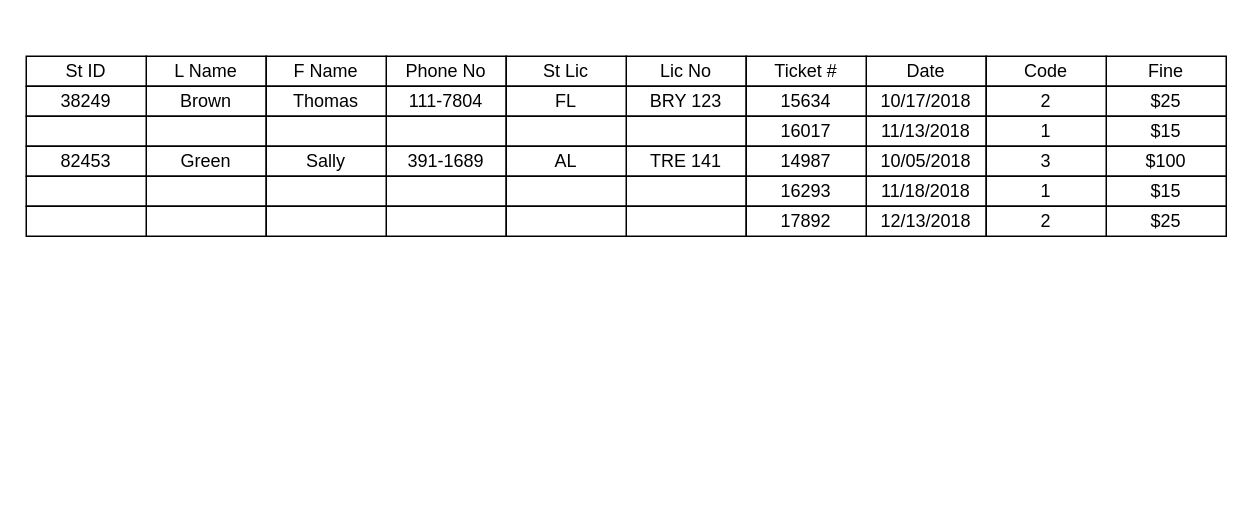
The draw.io diagram homework3.drawio in ngimpWT/CIDM3350, before the edit. Source tidied: cells renumbered, new cells numbered last; positions are measured from the earlier drawing's top-left corner, leaving out a move shared by most shapes. Both pictures are drawn from the tidied source at 150%, with x=0, y=0 at pixel (26, 56).
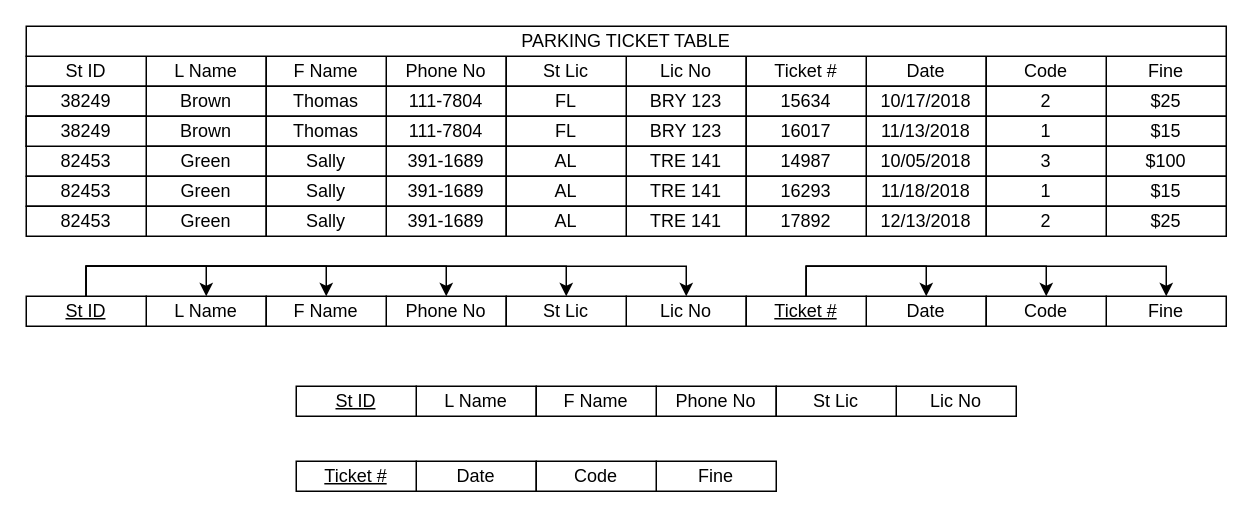
The same page after the edit.

What changed in the source:
```diff
@@
-    <mxCell id="22" style="rounded=0;whiteSpace=wrap;html=1;" parent="1" vertex="1">
+    <mxCell id="22" value="Brown" style="rounded=0;whiteSpace=wrap;html=1;" parent="1" vertex="1">
       <mxGeometry x="80" y="40" width="80" height="20" as="geometry" />
     </mxCell>
@@
-    <mxCell id="24" style="rounded=0;whiteSpace=wrap;html=1;" parent="1" vertex="1">
+    <mxCell id="24" value="&lt;div&gt;111-7804&lt;/div&gt;" style="rounded=0;whiteSpace=wrap;html=1;" parent="1" vertex="1">
       <mxGeometry x="240" y="40" width="80" height="20" as="geometry" />
     </mxCell>
-    <mxCell id="25" style="rounded=0;whiteSpace=wrap;html=1;" parent="1" vertex="1">
+    <mxCell id="25" value="Thomas" style="rounded=0;whiteSpace=wrap;html=1;" parent="1" vertex="1">
       <mxGeometry x="160" y="40" width="80" height="20" as="geometry" />
     </mxCell>
-    <mxCell id="26" style="rounded=0;whiteSpace=wrap;html=1;" parent="1" vertex="1">
+    <mxCell id="26" value="BRY 123" style="rounded=0;whiteSpace=wrap;html=1;" parent="1" vertex="1">
       <mxGeometry x="400" y="40" width="80" height="20" as="geometry" />
     </mxCell>
-    <mxCell id="27" style="rounded=0;whiteSpace=wrap;html=1;" parent="1" vertex="1">
+    <mxCell id="27" value="FL" style="rounded=0;whiteSpace=wrap;html=1;" parent="1" vertex="1">
       <mxGeometry x="320" y="40" width="80" height="20" as="geometry" />
     </mxCell>
@@
-    <mxCell id="42" style="rounded=0;whiteSpace=wrap;html=1;" parent="1" vertex="1">
+    <mxCell id="42" value="Green" style="rounded=0;whiteSpace=wrap;html=1;" parent="1" vertex="1">
       <mxGeometry x="80" y="80" width="80" height="20" as="geometry" />
     </mxCell>
-    <mxCell id="43" style="rounded=0;whiteSpace=wrap;html=1;" parent="1" vertex="1">
+    <mxCell id="43" value="82453" style="rounded=0;whiteSpace=wrap;html=1;" parent="1" vertex="1">
       <mxGeometry y="80" width="80" height="20" as="geometry" />
     </mxCell>
-    <mxCell id="44" style="rounded=0;whiteSpace=wrap;html=1;" parent="1" vertex="1">
+    <mxCell id="44" value="391-1689" style="rounded=0;whiteSpace=wrap;html=1;" parent="1" vertex="1">
       <mxGeometry x="240" y="80" width="80" height="20" as="geometry" />
     </mxCell>
-    <mxCell id="45" style="rounded=0;whiteSpace=wrap;html=1;" parent="1" vertex="1">
+    <mxCell id="45" value="Sally" style="rounded=0;whiteSpace=wrap;html=1;" parent="1" vertex="1">
       <mxGeometry x="160" y="80" width="80" height="20" as="geometry" />
     </mxCell>
-    <mxCell id="46" style="rounded=0;whiteSpace=wrap;html=1;" parent="1" vertex="1">
+    <mxCell id="46" value="TRE 141" style="rounded=0;whiteSpace=wrap;html=1;" parent="1" vertex="1">
       <mxGeometry x="400" y="80" width="80" height="20" as="geometry" />
     </mxCell>
-    <mxCell id="47" style="rounded=0;whiteSpace=wrap;html=1;" parent="1" vertex="1">
+    <mxCell id="47" value="AL" style="rounded=0;whiteSpace=wrap;html=1;" parent="1" vertex="1">
       <mxGeometry x="320" y="80" width="80" height="20" as="geometry" />
     </mxCell>
@@
-    <mxCell id="52" style="rounded=0;whiteSpace=wrap;html=1;" parent="1" vertex="1">
+    <mxCell id="52" value="Green" style="rounded=0;whiteSpace=wrap;html=1;" parent="1" vertex="1">
       <mxGeometry x="80" y="100" width="80" height="20" as="geometry" />
     </mxCell>
-    <mxCell id="53" style="rounded=0;whiteSpace=wrap;html=1;" parent="1" vertex="1">
+    <mxCell id="53" value="82453" style="rounded=0;whiteSpace=wrap;html=1;" parent="1" vertex="1">
       <mxGeometry y="100" width="80" height="20" as="geometry" />
     </mxCell>
-    <mxCell id="54" style="rounded=0;whiteSpace=wrap;html=1;" parent="1" vertex="1">
+    <mxCell id="54" value="391-1689" style="rounded=0;whiteSpace=wrap;html=1;" parent="1" vertex="1">
       <mxGeometry x="240" y="100" width="80" height="20" as="geometry" />
     </mxCell>
-    <mxCell id="55" style="rounded=0;whiteSpace=wrap;html=1;" parent="1" vertex="1">
+    <mxCell id="55" value="Sally" style="rounded=0;whiteSpace=wrap;html=1;" parent="1" vertex="1">
       <mxGeometry x="160" y="100" width="80" height="20" as="geometry" />
     </mxCell>
-    <mxCell id="56" style="rounded=0;whiteSpace=wrap;html=1;" parent="1" vertex="1">
+    <mxCell id="56" value="TRE 141" style="rounded=0;whiteSpace=wrap;html=1;" parent="1" vertex="1">
       <mxGeometry x="400" y="100" width="80" height="20" as="geometry" />
     </mxCell>
-    <mxCell id="57" style="rounded=0;whiteSpace=wrap;html=1;" parent="1" vertex="1">
+    <mxCell id="57" value="AL" style="rounded=0;whiteSpace=wrap;html=1;" parent="1" vertex="1">
       <mxGeometry x="320" y="100" width="80" height="20" as="geometry" />
     </mxCell>
@@
+    <mxCell id="62" value="PARKING TICKET TABLE" style="rounded=0;whiteSpace=wrap;html=1;" parent="1" vertex="1">
+      <mxGeometry y="-20" width="800" height="20" as="geometry" />
+    </mxCell>
+    <mxCell id="63" value="38249" style="rounded=0;whiteSpace=wrap;html=1;" parent="1" vertex="1">
+      <mxGeometry y="40" width="80" height="20" as="geometry" />
+    </mxCell>
+    <mxCell id="64" value="L Name" style="rounded=0;whiteSpace=wrap;html=1;" parent="1" vertex="1">
+      <mxGeometry x="80" y="160" width="80" height="20" as="geometry" />
+    </mxCell>
+    <mxCell id="65" style="edgeStyle=orthogonalEdgeStyle;rounded=0;jettySize=auto;html=1;entryX=0.5;entryY=0;entryDx=0;entryDy=0;" parent="1" edge="1" source="70" target="64">
+      <mxGeometry relative="1" as="geometry" />
+    </mxCell>
+    <mxCell id="66" style="edgeStyle=orthogonalEdgeStyle;rounded=0;jettySize=auto;html=1;entryX=0.5;entryY=0;entryDx=0;entryDy=0;exitX=0.5;exitY=0;exitDx=0;exitDy=0;" parent="1" edge="1" source="70" target="72">
+      <mxGeometry relative="1" as="geometry" />
+    </mxCell>
+    <mxCell id="67" style="edgeStyle=orthogonalEdgeStyle;rounded=0;jettySize=auto;html=1;entryX=0.5;entryY=0;entryDx=0;entryDy=0;exitX=0.5;exitY=0;exitDx=0;exitDy=0;" parent="1" edge="1" source="70" target="71">
+      <mxGeometry relative="1" as="geometry" />
+    </mxCell>
+    <mxCell id="68" style="edgeStyle=orthogonalEdgeStyle;rounded=0;jettySize=auto;html=1;entryX=0.5;entryY=0;entryDx=0;entryDy=0;exitX=0.5;exitY=0;exitDx=0;exitDy=0;" parent="1" edge="1" source="70" target="74">
+      <mxGeometry relative="1" as="geometry" />
+    </mxCell>
+    <mxCell id="69" style="edgeStyle=orthogonalEdgeStyle;rounded=0;jettySize=auto;html=1;entryX=0.5;entryY=0;entryDx=0;entryDy=0;exitX=0.5;exitY=0;exitDx=0;exitDy=0;" parent="1" edge="1" source="70" target="73">
+      <mxGeometry relative="1" as="geometry" />
+    </mxCell>
+    <mxCell id="70" value="&lt;u&gt;St ID&lt;/u&gt;" style="rounded=0;whiteSpace=wrap;html=1;" parent="1" vertex="1">
+      <mxGeometry y="160" width="80" height="20" as="geometry" />
+    </mxCell>
+    <mxCell id="71" value="Phone No" style="rounded=0;whiteSpace=wrap;html=1;" parent="1" vertex="1">
+      <mxGeometry x="240" y="160" width="80" height="20" as="geometry" />
+    </mxCell>
+    <mxCell id="72" value="F Name" style="rounded=0;whiteSpace=wrap;html=1;" parent="1" vertex="1">
+      <mxGeometry x="160" y="160" width="80" height="20" as="geometry" />
+    </mxCell>
+    <mxCell id="73" value="Lic No" style="rounded=0;whiteSpace=wrap;html=1;" parent="1" vertex="1">
+      <mxGeometry x="400" y="160" width="80" height="20" as="geometry" />
+    </mxCell>
+    <mxCell id="74" value="St Lic" style="rounded=0;whiteSpace=wrap;html=1;" parent="1" vertex="1">
+      <mxGeometry x="320" y="160" width="80" height="20" as="geometry" />
+    </mxCell>
+    <mxCell id="75" value="Date" style="rounded=0;whiteSpace=wrap;html=1;" parent="1" vertex="1">
+      <mxGeometry x="560" y="160" width="80" height="20" as="geometry" />
+    </mxCell>
+    <mxCell id="76" style="edgeStyle=orthogonalEdgeStyle;rounded=0;jettySize=auto;html=1;entryX=0.5;entryY=0;entryDx=0;entryDy=0;" parent="1" edge="1" source="79" target="75">
+      <mxGeometry relative="1" as="geometry" />
+    </mxCell>
+    <mxCell id="77" style="edgeStyle=orthogonalEdgeStyle;rounded=0;jettySize=auto;html=1;entryX=0.5;entryY=0;entryDx=0;entryDy=0;exitX=0.5;exitY=0;exitDx=0;exitDy=0;" parent="1" edge="1" source="79" target="81">
+      <mxGeometry relative="1" as="geometry" />
+    </mxCell>
+    <mxCell id="78" style="edgeStyle=orthogonalEdgeStyle;rounded=0;jettySize=auto;html=1;entryX=0.5;entryY=0;entryDx=0;entryDy=0;exitX=0.5;exitY=0;exitDx=0;exitDy=0;" parent="1" edge="1" source="79" target="80">
+      <mxGeometry relative="1" as="geometry" />
+    </mxCell>
+    <mxCell id="79" value="&lt;u&gt;Ticket #&lt;/u&gt;" style="rounded=0;whiteSpace=wrap;html=1;" parent="1" vertex="1">
+      <mxGeometry x="480" y="160" width="80" height="20" as="geometry" />
+    </mxCell>
+    <mxCell id="80" value="Fine" style="rounded=0;whiteSpace=wrap;html=1;" parent="1" vertex="1">
+      <mxGeometry x="720" y="160" width="80" height="20" as="geometry" />
+    </mxCell>
+    <mxCell id="81" value="Code" style="rounded=0;whiteSpace=wrap;html=1;" parent="1" vertex="1">
+      <mxGeometry x="640" y="160" width="80" height="20" as="geometry" />
+    </mxCell>
+    <mxCell id="82" value="L Name" style="rounded=0;whiteSpace=wrap;html=1;" parent="1" vertex="1">
+      <mxGeometry x="260" y="220" width="80" height="20" as="geometry" />
+    </mxCell>
+    <mxCell id="83" value="&lt;u&gt;St ID&lt;/u&gt;" style="rounded=0;whiteSpace=wrap;html=1;" parent="1" vertex="1">
+      <mxGeometry x="180" y="220" width="80" height="20" as="geometry" />
+    </mxCell>
+    <mxCell id="84" value="Phone No" style="rounded=0;whiteSpace=wrap;html=1;" parent="1" vertex="1">
+      <mxGeometry x="420" y="220" width="80" height="20" as="geometry" />
+    </mxCell>
+    <mxCell id="85" value="F Name" style="rounded=0;whiteSpace=wrap;html=1;" parent="1" vertex="1">
+      <mxGeometry x="340" y="220" width="80" height="20" as="geometry" />
+    </mxCell>
+    <mxCell id="86" value="Lic No" style="rounded=0;whiteSpace=wrap;html=1;" parent="1" vertex="1">
+      <mxGeometry x="580" y="220" width="80" height="20" as="geometry" />
+    </mxCell>
+    <mxCell id="87" value="St Lic" style="rounded=0;whiteSpace=wrap;html=1;" parent="1" vertex="1">
+      <mxGeometry x="500" y="220" width="80" height="20" as="geometry" />
+    </mxCell>
+    <mxCell id="88" value="Date" style="rounded=0;whiteSpace=wrap;html=1;" parent="1" vertex="1">
+      <mxGeometry x="260" y="270" width="80" height="20" as="geometry" />
+    </mxCell>
+    <mxCell id="89" value="&lt;u&gt;Ticket #&lt;/u&gt;" style="rounded=0;whiteSpace=wrap;html=1;" parent="1" vertex="1">
+      <mxGeometry x="180" y="270" width="80" height="20" as="geometry" />
+    </mxCell>
+    <mxCell id="90" value="Fine" style="rounded=0;whiteSpace=wrap;html=1;" parent="1" vertex="1">
+      <mxGeometry x="420" y="270" width="80" height="20" as="geometry" />
+    </mxCell>
+    <mxCell id="91" value="Code" style="rounded=0;whiteSpace=wrap;html=1;" parent="1" vertex="1">
+      <mxGeometry x="340" y="270" width="80" height="20" as="geometry" />
+    </mxCell>
```
